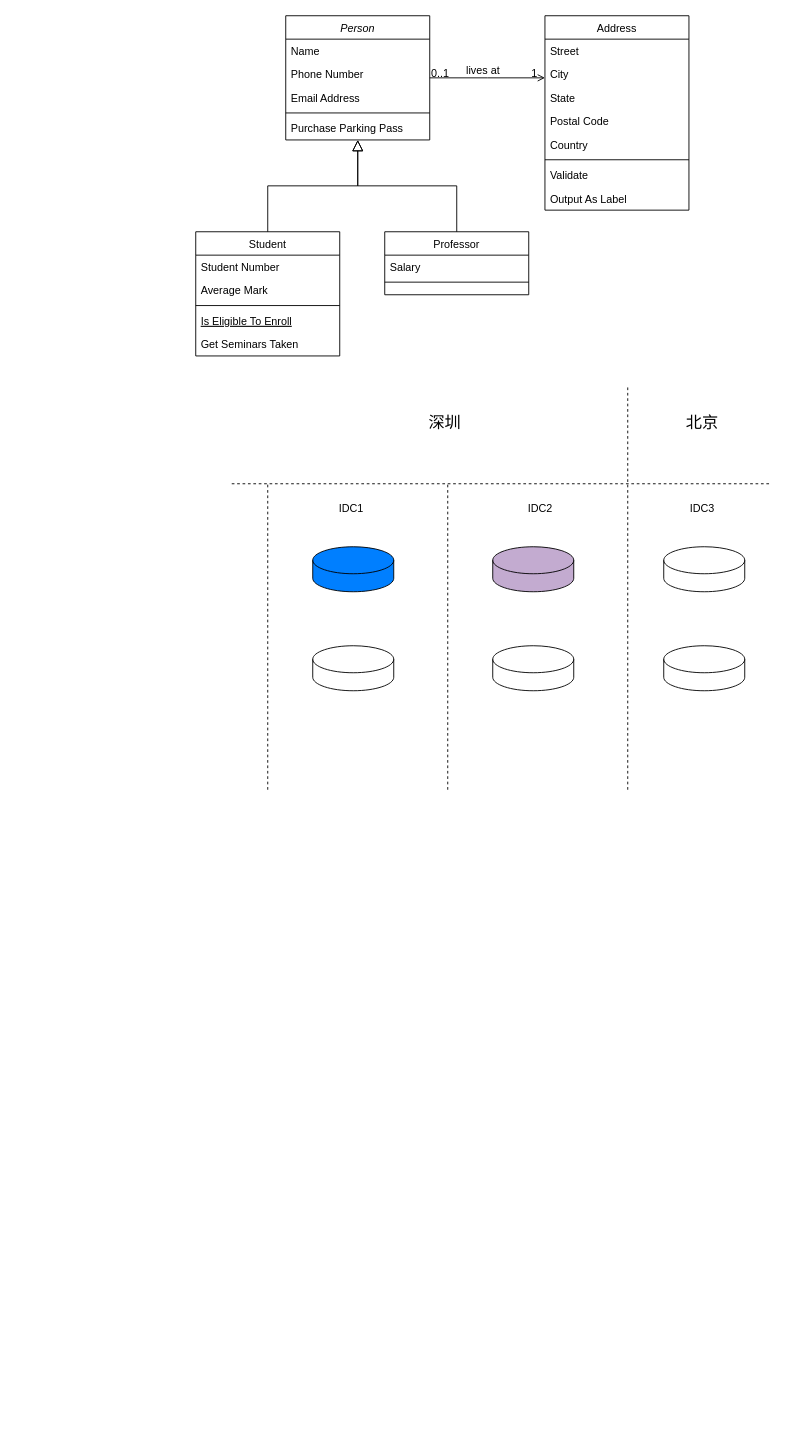
Earlier version of the draw.io diagram Untitled Diagram.drawio (summerxwu/draw.io). Source tidied: cells renumbered, new cells numbered last; positions are measured from the earlier drawing's top-left corner, leaving out a move shared by most shapes. Both pictures are drawn from the tidied source at 90%, with x=0, y=0 at pixel (195, 15).
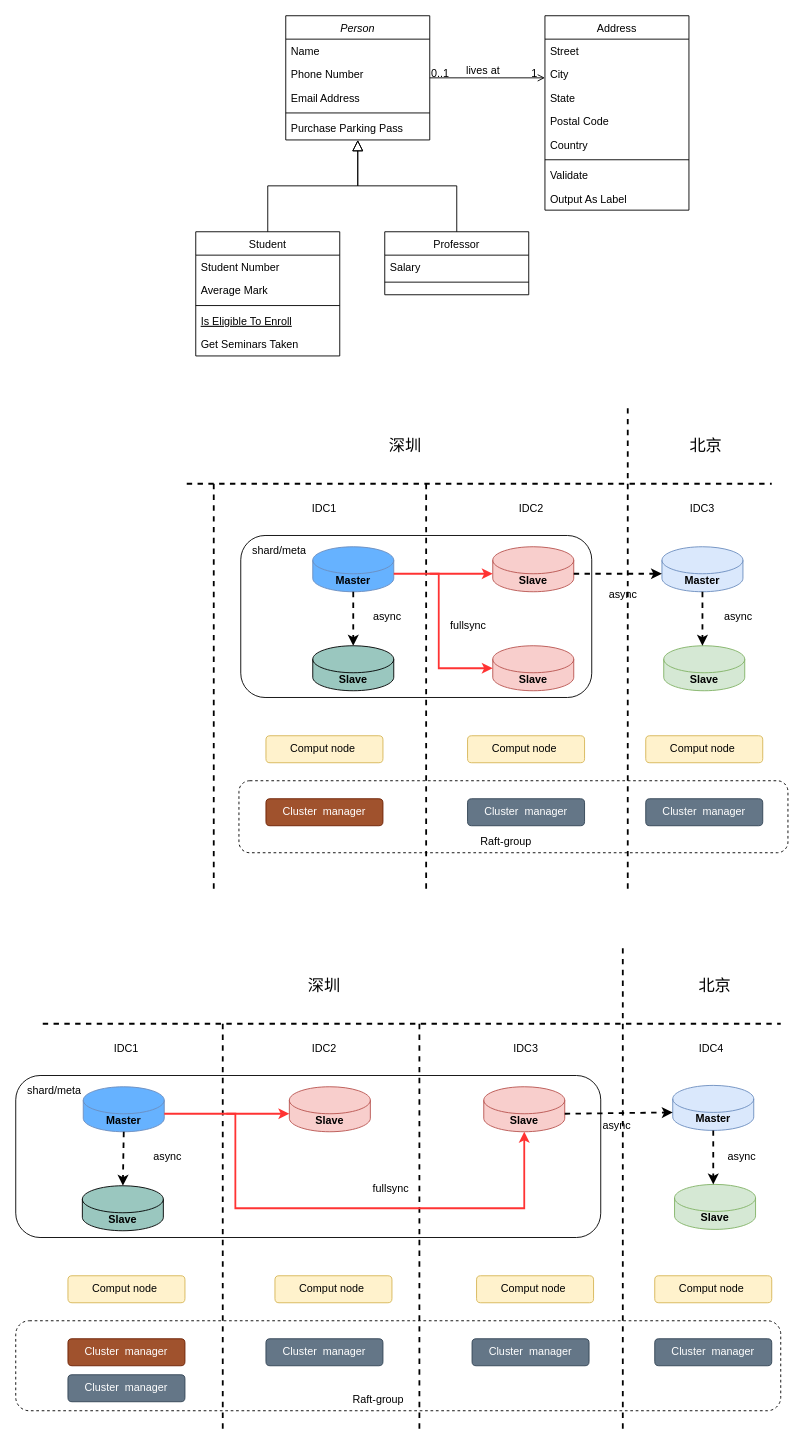
Above is the later version.

Change to the diagram source:
```diff
@@
+    <mxCell id="47" style="rounded=1;whiteSpace=wrap;html=1;fontSize=12;fillColor=none;dashed=1;" parent="1" vertex="1">
+      <mxGeometry x="-200" y="1450" width="850" height="100" as="geometry" />
+    </mxCell>
+    <mxCell id="48" style="rounded=1;whiteSpace=wrap;html=1;fontSize=12;fillColor=none;" parent="1" vertex="1">
+      <mxGeometry x="50" y="577.5" width="390" height="180" as="geometry" />
+    </mxCell>
@@
-    <mxCell id="32" style="endArrow=none;dashed=1;html=1;rounded=0;" parent="1" edge="1">
+    <mxCell id="32" style="endArrow=none;dashed=1;html=1;rounded=0;strokeWidth=2;" parent="1" edge="1">
       <mxGeometry relative="1" as="geometry">
-        <mxPoint x="40" y="520" as="sourcePoint" />
+        <mxPoint x="-10" y="520" as="sourcePoint" />
         <mxPoint x="640" y="520" as="targetPoint" />
       </mxGeometry>
     </mxCell>
-    <mxCell id="33" style="endArrow=none;dashed=1;html=1;rounded=0;" parent="1" edge="1">
+    <mxCell id="33" style="endArrow=none;dashed=1;html=1;rounded=0;strokeWidth=2;" parent="1" edge="1">
       <mxGeometry relative="1" as="geometry">
-        <mxPoint x="480" y="860" as="sourcePoint" />
-        <mxPoint x="480" y="410" as="targetPoint" />
+        <mxPoint x="480" y="970" as="sourcePoint" />
+        <mxPoint x="480" y="430" as="targetPoint" />
       </mxGeometry>
     </mxCell>
     <mxCell id="34" value="&lt;font style=&quot;font-size: 18px;&quot;&gt;深圳&lt;/font&gt;" style="text;strokeColor=none;align=center;fillColor=none;html=1;verticalAlign=middle;whiteSpace=wrap;rounded=0;" parent="1" vertex="1">
-      <mxGeometry x="234" y="435" width="86" height="35" as="geometry" />
+      <mxGeometry x="190" y="460" width="86" height="35" as="geometry" />
     </mxCell>
     <mxCell id="35" value="&lt;font size=&quot;4&quot;&gt;北京&lt;/font&gt;" style="text;strokeColor=none;align=center;fillColor=none;html=1;verticalAlign=middle;whiteSpace=wrap;rounded=0;" parent="1" vertex="1">
-      <mxGeometry x="520" y="435" width="86" height="35" as="geometry" />
+      <mxGeometry x="524" y="460" width="86" height="35" as="geometry" />
     </mxCell>
-    <mxCell id="36" style="endArrow=none;dashed=1;html=1;rounded=0;fontSize=18;" parent="1" edge="1">
+    <mxCell id="36" style="endArrow=none;dashed=1;html=1;rounded=0;fontSize=18;strokeWidth=2;" parent="1" edge="1">
       <mxGeometry relative="1" as="geometry">
-        <mxPoint x="280" y="860" as="sourcePoint" />
-        <mxPoint x="280" y="520" as="targetPoint" />
+        <mxPoint x="256" y="970" as="sourcePoint" />
+        <mxPoint x="256" y="520" as="targetPoint" />
       </mxGeometry>
     </mxCell>
-    <mxCell id="37" style="endArrow=none;dashed=1;html=1;rounded=0;fontSize=18;" parent="1" edge="1">
+    <mxCell id="37" style="endArrow=none;dashed=1;html=1;rounded=0;fontSize=18;strokeWidth=2;" parent="1" edge="1">
       <mxGeometry relative="1" as="geometry">
-        <mxPoint x="80" y="860" as="sourcePoint" />
-        <mxPoint x="80" y="520" as="targetPoint" />
+        <mxPoint x="20" y="970" as="sourcePoint" />
+        <mxPoint x="20" y="520" as="targetPoint" />
       </mxGeometry>
     </mxCell>
     <mxCell id="38" value="&lt;font style=&quot;font-size: 12px;&quot;&gt;IDC1&lt;/font&gt;" style="text;strokeColor=none;align=center;fillColor=none;html=1;verticalAlign=middle;whiteSpace=wrap;rounded=0;" parent="1" vertex="1">
-      <mxGeometry x="130" y="530" width="86" height="35" as="geometry" />
+      <mxGeometry x="100" y="530" width="86" height="35" as="geometry" />
     </mxCell>
     <mxCell id="39" value="&lt;font style=&quot;font-size: 12px;&quot;&gt;IDC2&lt;/font&gt;" style="text;strokeColor=none;align=center;fillColor=none;html=1;verticalAlign=middle;whiteSpace=wrap;rounded=0;" parent="1" vertex="1">
-      <mxGeometry x="340" y="530" width="86" height="35" as="geometry" />
+      <mxGeometry x="330" y="530" width="86" height="35" as="geometry" />
     </mxCell>
@@
-    <mxCell id="41" style="shape=cylinder3;whiteSpace=wrap;html=1;boundedLbl=1;backgroundOutline=1;size=15;fontSize=12;fillColor=#007FFF;" parent="1" vertex="1">
+    <mxCell id="41" value="&lt;b&gt;Master&lt;/b&gt;" style="shape=cylinder3;whiteSpace=wrap;html=1;boundedLbl=1;backgroundOutline=1;size=15;fontSize=12;fillColor=#66B2FF;strokeColor=#6c8ebf;" parent="1" vertex="1">
       <mxGeometry x="130" y="590" width="90" height="50" as="geometry" />
     </mxCell>
-    <mxCell id="42" style="shape=cylinder3;whiteSpace=wrap;html=1;boundedLbl=1;backgroundOutline=1;size=15;fontSize=12;fillColor=#C3ABD0;" parent="1" vertex="1">
+    <mxCell id="42" value="&lt;b&gt;Slave&lt;/b&gt;" style="shape=cylinder3;whiteSpace=wrap;html=1;boundedLbl=1;backgroundOutline=1;size=15;fontSize=12;fillColor=#f8cecc;strokeColor=#b85450;" parent="1" vertex="1">
       <mxGeometry x="330" y="590" width="90" height="50" as="geometry" />
     </mxCell>
-    <mxCell id="43" style="shape=cylinder3;whiteSpace=wrap;html=1;boundedLbl=1;backgroundOutline=1;size=15;fontSize=12;" parent="1" vertex="1">
-      <mxGeometry x="330" y="700" width="90" height="50" as="geometry" />
-    </mxCell>
-    <mxCell id="44" style="shape=cylinder3;whiteSpace=wrap;html=1;boundedLbl=1;backgroundOutline=1;size=15;fontSize=12;" parent="1" vertex="1">
+    <mxCell id="44" value="&lt;b style=&quot;border-color: var(--border-color);&quot;&gt;Slave&lt;/b&gt;" style="shape=cylinder3;whiteSpace=wrap;html=1;boundedLbl=1;backgroundOutline=1;size=15;fontSize=12;fillColor=#9AC7BF;" parent="1" vertex="1">
       <mxGeometry x="130" y="700" width="90" height="50" as="geometry" />
     </mxCell>
-    <mxCell id="45" style="shape=cylinder3;whiteSpace=wrap;html=1;boundedLbl=1;backgroundOutline=1;size=15;fontSize=12;" parent="1" vertex="1">
-      <mxGeometry x="520" y="590" width="90" height="50" as="geometry" />
-    </mxCell>
-    <mxCell id="46" style="shape=cylinder3;whiteSpace=wrap;html=1;boundedLbl=1;backgroundOutline=1;size=15;fontSize=12;" parent="1" vertex="1">
-      <mxGeometry x="520" y="700" width="90" height="50" as="geometry" />
-    </mxCell>
+    <mxCell id="49" value="&lt;b style=&quot;border-color: var(--border-color);&quot;&gt;Slave&lt;/b&gt;" style="shape=cylinder3;whiteSpace=wrap;html=1;boundedLbl=1;backgroundOutline=1;size=15;fontSize=12;fillColor=#f8cecc;strokeColor=#b85450;" parent="1" vertex="1">
+      <mxGeometry x="330" y="700" width="90" height="50" as="geometry" />
+    </mxCell>
+    <mxCell id="50" value="&lt;b&gt;Master&lt;/b&gt;" style="shape=cylinder3;whiteSpace=wrap;html=1;boundedLbl=1;backgroundOutline=1;size=15;fontSize=12;fillColor=#dae8fc;strokeColor=#6c8ebf;" parent="1" vertex="1">
+      <mxGeometry x="518" y="590" width="90" height="50" as="geometry" />
+    </mxCell>
+    <mxCell id="51" value="&lt;b style=&quot;border-color: var(--border-color);&quot;&gt;Slave&lt;/b&gt;" style="shape=cylinder3;whiteSpace=wrap;html=1;boundedLbl=1;backgroundOutline=1;size=15;fontSize=12;fillColor=#d5e8d4;strokeColor=#82b366;" parent="1" vertex="1">
+      <mxGeometry x="520" y="700" width="90" height="50" as="geometry" />
+    </mxCell>
+    <mxCell id="52" style="endArrow=classic;html=1;rounded=0;fontSize=12;exitX=1;exitY=0;exitDx=0;exitDy=30;exitPerimeter=0;entryX=0;entryY=0;entryDx=0;entryDy=30;entryPerimeter=0;strokeWidth=2;strokeColor=#FF3333;" parent="1" edge="1" source="41" target="42">
+      <mxGeometry relative="1" as="geometry" />
+    </mxCell>
+    <mxCell id="53" style="endArrow=classic;html=1;rounded=0;fontSize=12;edgeStyle=orthogonalEdgeStyle;entryX=0;entryY=0.5;entryDx=0;entryDy=0;entryPerimeter=0;strokeWidth=2;strokeColor=#FF3333;" parent="1" edge="1" target="49">
+      <mxGeometry relative="1" as="geometry">
+        <mxPoint x="260" y="620" as="sourcePoint" />
+        <Array as="points">
+          <mxPoint x="270" y="620" />
+          <mxPoint x="270" y="725" />
+        </Array>
+      </mxGeometry>
+    </mxCell>
+    <mxCell id="54" style="endArrow=classic;html=1;rounded=0;fontSize=12;exitX=0.5;exitY=1;exitDx=0;exitDy=0;exitPerimeter=0;entryX=0.5;entryY=0;entryDx=0;entryDy=0;entryPerimeter=0;dashed=1;strokeWidth=2;" parent="1" edge="1" source="41" target="44">
+      <mxGeometry relative="1" as="geometry" />
+    </mxCell>
+    <mxCell id="55" style="endArrow=classic;html=1;rounded=0;fontSize=12;exitX=1;exitY=0;exitDx=0;exitDy=30;exitPerimeter=0;entryX=0;entryY=0;entryDx=0;entryDy=30;entryPerimeter=0;dashed=1;strokeWidth=2;" parent="1" edge="1" source="42" target="50">
+      <mxGeometry relative="1" as="geometry" />
+    </mxCell>
+    <mxCell id="56" style="endArrow=classic;html=1;rounded=0;fontSize=12;exitX=0.5;exitY=1;exitDx=0;exitDy=0;exitPerimeter=0;dashed=1;strokeWidth=2;" parent="1" edge="1" source="50">
+      <mxGeometry relative="1" as="geometry">
+        <mxPoint x="563" y="700" as="targetPoint" />
+      </mxGeometry>
+    </mxCell>
+    <mxCell id="57" value="fullsync" style="text;strokeColor=none;align=center;fillColor=none;html=1;verticalAlign=middle;whiteSpace=wrap;rounded=0;" parent="1" vertex="1">
+      <mxGeometry x="260" y="660" width="86" height="35" as="geometry" />
+    </mxCell>
+    <mxCell id="58" value="async" style="text;strokeColor=none;align=center;fillColor=none;html=1;verticalAlign=middle;whiteSpace=wrap;rounded=0;" parent="1" vertex="1">
+      <mxGeometry x="170" y="650" width="86" height="35" as="geometry" />
+    </mxCell>
+    <mxCell id="59" value="async" style="text;strokeColor=none;align=center;fillColor=none;html=1;verticalAlign=middle;whiteSpace=wrap;rounded=0;" parent="1" vertex="1">
+      <mxGeometry x="560" y="650" width="86" height="35" as="geometry" />
+    </mxCell>
+    <mxCell id="60" value="async" style="text;strokeColor=none;align=center;fillColor=none;html=1;verticalAlign=middle;whiteSpace=wrap;rounded=0;" parent="1" vertex="1">
+      <mxGeometry x="432" y="625" width="86" height="35" as="geometry" />
+    </mxCell>
+    <mxCell id="61" value="shard/meta" style="text;strokeColor=none;align=center;fillColor=none;html=1;verticalAlign=middle;whiteSpace=wrap;rounded=0;" parent="1" vertex="1">
+      <mxGeometry x="50" y="577.5" width="86" height="35" as="geometry" />
+    </mxCell>
+    <mxCell id="62" value="Comput node&amp;nbsp;" style="rounded=1;whiteSpace=wrap;html=1;fontSize=12;fillColor=#fff2cc;strokeColor=#d6b656;" parent="1" vertex="1">
+      <mxGeometry x="78" y="800" width="130" height="30" as="geometry" />
+    </mxCell>
+    <mxCell id="63" value="Comput node&amp;nbsp;" style="rounded=1;whiteSpace=wrap;html=1;fontSize=12;fillColor=#fff2cc;strokeColor=#d6b656;" parent="1" vertex="1">
+      <mxGeometry x="302" y="800" width="130" height="30" as="geometry" />
+    </mxCell>
+    <mxCell id="64" value="Comput node&amp;nbsp;" style="rounded=1;whiteSpace=wrap;html=1;fontSize=12;fillColor=#fff2cc;strokeColor=#d6b656;" parent="1" vertex="1">
+      <mxGeometry x="500" y="800" width="130" height="30" as="geometry" />
+    </mxCell>
+    <mxCell id="65" value="Cluster &amp;nbsp;manager" style="rounded=1;whiteSpace=wrap;html=1;fontSize=12;fillColor=#a0522d;strokeColor=#6D1F00;fontColor=#ffffff;" parent="1" vertex="1">
+      <mxGeometry x="78" y="870" width="130" height="30" as="geometry" />
+    </mxCell>
+    <mxCell id="66" value="Cluster &amp;nbsp;manager" style="rounded=1;whiteSpace=wrap;html=1;fontSize=12;fillColor=#647687;strokeColor=#314354;fontColor=#ffffff;" parent="1" vertex="1">
+      <mxGeometry x="302" y="870" width="130" height="30" as="geometry" />
+    </mxCell>
+    <mxCell id="67" value="Cluster &amp;nbsp;manager" style="rounded=1;whiteSpace=wrap;html=1;fontSize=12;fillColor=#647687;strokeColor=#314354;fontColor=#ffffff;" parent="1" vertex="1">
+      <mxGeometry x="500" y="870" width="130" height="30" as="geometry" />
+    </mxCell>
+    <mxCell id="68" style="rounded=1;whiteSpace=wrap;html=1;fontSize=12;fillColor=none;dashed=1;" parent="1" vertex="1">
+      <mxGeometry x="48" y="850" width="610" height="80" as="geometry" />
+    </mxCell>
+    <mxCell id="69" value="Raft-group" style="text;strokeColor=none;align=center;fillColor=none;html=1;verticalAlign=middle;whiteSpace=wrap;rounded=0;" parent="1" vertex="1">
+      <mxGeometry x="302" y="900" width="86" height="35" as="geometry" />
+    </mxCell>
+    <mxCell id="70" style="rounded=1;whiteSpace=wrap;html=1;fontSize=12;fillColor=none;" parent="1" vertex="1">
+      <mxGeometry x="-200" y="1177.5" width="650" height="180" as="geometry" />
+    </mxCell>
+    <mxCell id="71" style="endArrow=none;dashed=1;html=1;rounded=0;strokeWidth=2;" parent="1" edge="1">
+      <mxGeometry relative="1" as="geometry">
+        <mxPoint x="-170" y="1120" as="sourcePoint" />
+        <mxPoint x="650" y="1120" as="targetPoint" />
+      </mxGeometry>
+    </mxCell>
+    <mxCell id="72" value="&lt;font style=&quot;font-size: 18px;&quot;&gt;深圳&lt;/font&gt;" style="text;strokeColor=none;align=center;fillColor=none;html=1;verticalAlign=middle;whiteSpace=wrap;rounded=0;" parent="1" vertex="1">
+      <mxGeometry x="100" y="1060" width="86" height="35" as="geometry" />
+    </mxCell>
+    <mxCell id="73" value="&lt;font size=&quot;4&quot;&gt;北京&lt;/font&gt;" style="text;strokeColor=none;align=center;fillColor=none;html=1;verticalAlign=middle;whiteSpace=wrap;rounded=0;" parent="1" vertex="1">
+      <mxGeometry x="534" y="1060" width="86" height="35" as="geometry" />
+    </mxCell>
+    <mxCell id="74" style="endArrow=none;dashed=1;html=1;rounded=0;fontSize=18;strokeWidth=2;" parent="1" edge="1">
+      <mxGeometry relative="1" as="geometry">
+        <mxPoint x="248.5" y="1570" as="sourcePoint" />
+        <mxPoint x="248.5" y="1120" as="targetPoint" />
+      </mxGeometry>
+    </mxCell>
+    <mxCell id="75" style="endArrow=none;dashed=1;html=1;rounded=0;fontSize=18;strokeWidth=2;" parent="1" edge="1">
+      <mxGeometry relative="1" as="geometry">
+        <mxPoint x="30" y="1570" as="sourcePoint" />
+        <mxPoint x="30" y="1120" as="targetPoint" />
+      </mxGeometry>
+    </mxCell>
+    <mxCell id="76" value="&lt;font style=&quot;font-size: 12px;&quot;&gt;IDC2&lt;/font&gt;" style="text;strokeColor=none;align=center;fillColor=none;html=1;verticalAlign=middle;whiteSpace=wrap;rounded=0;" parent="1" vertex="1">
+      <mxGeometry x="100" y="1130" width="86" height="35" as="geometry" />
+    </mxCell>
+    <mxCell id="77" value="&lt;font style=&quot;font-size: 12px;&quot;&gt;IDC3&lt;/font&gt;" style="text;strokeColor=none;align=center;fillColor=none;html=1;verticalAlign=middle;whiteSpace=wrap;rounded=0;" parent="1" vertex="1">
+      <mxGeometry x="324" y="1130" width="86" height="35" as="geometry" />
+    </mxCell>
+    <mxCell id="78" value="&lt;font style=&quot;font-size: 12px;&quot;&gt;IDC4&lt;/font&gt;" style="text;strokeColor=none;align=center;fillColor=none;html=1;verticalAlign=middle;whiteSpace=wrap;rounded=0;" parent="1" vertex="1">
+      <mxGeometry x="530" y="1130" width="86" height="35" as="geometry" />
+    </mxCell>
+    <mxCell id="79" value="&lt;b&gt;Master&lt;/b&gt;" style="shape=cylinder3;whiteSpace=wrap;html=1;boundedLbl=1;backgroundOutline=1;size=15;fontSize=12;fillColor=#66B2FF;strokeColor=#6c8ebf;" parent="1" vertex="1">
+      <mxGeometry x="-125" y="1190" width="90" height="50" as="geometry" />
+    </mxCell>
+    <mxCell id="80" value="&lt;b&gt;Slave&lt;/b&gt;" style="shape=cylinder3;whiteSpace=wrap;html=1;boundedLbl=1;backgroundOutline=1;size=15;fontSize=12;fillColor=#f8cecc;strokeColor=#b85450;" parent="1" vertex="1">
+      <mxGeometry x="104" y="1190" width="90" height="50" as="geometry" />
+    </mxCell>
+    <mxCell id="81" value="&lt;b style=&quot;border-color: var(--border-color);&quot;&gt;Slave&lt;/b&gt;" style="shape=cylinder3;whiteSpace=wrap;html=1;boundedLbl=1;backgroundOutline=1;size=15;fontSize=12;fillColor=#9AC7BF;" parent="1" vertex="1">
+      <mxGeometry x="-126" y="1300" width="90" height="50" as="geometry" />
+    </mxCell>
+    <mxCell id="82" value="&lt;b style=&quot;border-color: var(--border-color);&quot;&gt;Slave&lt;/b&gt;" style="shape=cylinder3;whiteSpace=wrap;html=1;boundedLbl=1;backgroundOutline=1;size=15;fontSize=12;fillColor=#f8cecc;strokeColor=#b85450;" parent="1" vertex="1">
+      <mxGeometry x="320" y="1190" width="90" height="50" as="geometry" />
+    </mxCell>
+    <mxCell id="83" style="endArrow=classic;html=1;rounded=0;fontSize=12;exitX=1;exitY=0;exitDx=0;exitDy=30;exitPerimeter=0;entryX=0;entryY=0;entryDx=0;entryDy=30;entryPerimeter=0;strokeWidth=2;strokeColor=#FF3333;" parent="1" edge="1" source="79" target="80">
+      <mxGeometry relative="1" as="geometry" />
+    </mxCell>
+    <mxCell id="84" style="endArrow=classic;html=1;rounded=0;fontSize=12;edgeStyle=orthogonalEdgeStyle;entryX=0.5;entryY=1;entryDx=0;entryDy=0;entryPerimeter=0;strokeWidth=2;strokeColor=#FF3333;" parent="1" edge="1" target="82">
+      <mxGeometry relative="1" as="geometry">
+        <mxPoint x="34" y="1220" as="sourcePoint" />
+        <Array as="points">
+          <mxPoint x="44" y="1220" />
+          <mxPoint x="44" y="1325" />
+          <mxPoint x="365" y="1325" />
+        </Array>
+      </mxGeometry>
+    </mxCell>
+    <mxCell id="85" style="endArrow=classic;html=1;rounded=0;fontSize=12;entryX=0.5;entryY=0;entryDx=0;entryDy=0;entryPerimeter=0;dashed=1;strokeWidth=2;exitX=0.5;exitY=1;exitDx=0;exitDy=0;exitPerimeter=0;" parent="1" edge="1" source="79" target="81">
+      <mxGeometry relative="1" as="geometry" />
+    </mxCell>
+    <mxCell id="86" value="fullsync" style="text;strokeColor=none;align=center;fillColor=none;html=1;verticalAlign=middle;whiteSpace=wrap;rounded=0;" parent="1" vertex="1">
+      <mxGeometry x="174" y="1285" width="86" height="35" as="geometry" />
+    </mxCell>
+    <mxCell id="87" value="async" style="text;strokeColor=none;align=center;fillColor=none;html=1;verticalAlign=middle;whiteSpace=wrap;rounded=0;" parent="1" vertex="1">
+      <mxGeometry x="-74" y="1250" width="86" height="35" as="geometry" />
+    </mxCell>
+    <mxCell id="88" value="shard/meta" style="text;strokeColor=none;align=center;fillColor=none;html=1;verticalAlign=middle;whiteSpace=wrap;rounded=0;" parent="1" vertex="1">
+      <mxGeometry x="-200" y="1177.5" width="86" height="35" as="geometry" />
+    </mxCell>
+    <mxCell id="89" value="Comput node&amp;nbsp;" style="rounded=1;whiteSpace=wrap;html=1;fontSize=12;fillColor=#fff2cc;strokeColor=#d6b656;" parent="1" vertex="1">
+      <mxGeometry x="88" y="1400" width="130" height="30" as="geometry" />
+    </mxCell>
+    <mxCell id="90" value="Comput node&amp;nbsp;" style="rounded=1;whiteSpace=wrap;html=1;fontSize=12;fillColor=#fff2cc;strokeColor=#d6b656;" parent="1" vertex="1">
+      <mxGeometry x="312" y="1400" width="130" height="30" as="geometry" />
+    </mxCell>
+    <mxCell id="91" value="Comput node&amp;nbsp;" style="rounded=1;whiteSpace=wrap;html=1;fontSize=12;fillColor=#fff2cc;strokeColor=#d6b656;" parent="1" vertex="1">
+      <mxGeometry x="510" y="1400" width="130" height="30" as="geometry" />
+    </mxCell>
+    <mxCell id="92" value="Cluster &amp;nbsp;manager" style="rounded=1;whiteSpace=wrap;html=1;fontSize=12;fillColor=#647687;strokeColor=#314354;fontColor=#ffffff;" parent="1" vertex="1">
+      <mxGeometry x="307" y="1470" width="130" height="30" as="geometry" />
+    </mxCell>
+    <mxCell id="93" value="Cluster &amp;nbsp;manager" style="rounded=1;whiteSpace=wrap;html=1;fontSize=12;fillColor=#647687;strokeColor=#314354;fontColor=#ffffff;" parent="1" vertex="1">
+      <mxGeometry x="510" y="1470" width="130" height="30" as="geometry" />
+    </mxCell>
+    <mxCell id="94" value="Raft-group" style="text;strokeColor=none;align=center;fillColor=none;html=1;verticalAlign=middle;whiteSpace=wrap;rounded=0;" parent="1" vertex="1">
+      <mxGeometry x="160" y="1520" width="86" height="35" as="geometry" />
+    </mxCell>
+    <mxCell id="95" style="endArrow=none;dashed=1;html=1;rounded=0;strokeWidth=2;" parent="1" edge="1">
+      <mxGeometry relative="1" as="geometry">
+        <mxPoint x="474.5" y="1570" as="sourcePoint" />
+        <mxPoint x="474.5" y="1030" as="targetPoint" />
+      </mxGeometry>
+    </mxCell>
+    <mxCell id="96" value="&lt;b&gt;Master&lt;/b&gt;" style="shape=cylinder3;whiteSpace=wrap;html=1;boundedLbl=1;backgroundOutline=1;size=15;fontSize=12;fillColor=#dae8fc;strokeColor=#6c8ebf;" parent="1" vertex="1">
+      <mxGeometry x="530" y="1188.5" width="90" height="50" as="geometry" />
+    </mxCell>
+    <mxCell id="97" value="&lt;b style=&quot;border-color: var(--border-color);&quot;&gt;Slave&lt;/b&gt;" style="shape=cylinder3;whiteSpace=wrap;html=1;boundedLbl=1;backgroundOutline=1;size=15;fontSize=12;fillColor=#d5e8d4;strokeColor=#82b366;" parent="1" vertex="1">
+      <mxGeometry x="532" y="1298.5" width="90" height="50" as="geometry" />
+    </mxCell>
+    <mxCell id="98" style="endArrow=classic;html=1;rounded=0;fontSize=12;exitX=0.5;exitY=1;exitDx=0;exitDy=0;exitPerimeter=0;dashed=1;strokeWidth=2;" parent="1" edge="1" source="96">
+      <mxGeometry relative="1" as="geometry">
+        <mxPoint x="575" y="1298.5" as="targetPoint" />
+      </mxGeometry>
+    </mxCell>
+    <mxCell id="99" value="async" style="text;strokeColor=none;align=center;fillColor=none;html=1;verticalAlign=middle;whiteSpace=wrap;rounded=0;" parent="1" vertex="1">
+      <mxGeometry x="564" y="1250" width="86" height="35" as="geometry" />
+    </mxCell>
+    <mxCell id="100" value="&lt;font style=&quot;font-size: 12px;&quot;&gt;IDC1&lt;/font&gt;" style="text;strokeColor=none;align=center;fillColor=none;html=1;verticalAlign=middle;whiteSpace=wrap;rounded=0;" parent="1" vertex="1">
+      <mxGeometry x="-120" y="1130" width="86" height="35" as="geometry" />
+    </mxCell>
+    <mxCell id="101" style="endArrow=classic;html=1;rounded=0;fontSize=12;entryX=0;entryY=0;entryDx=0;entryDy=30;entryPerimeter=0;dashed=1;strokeWidth=2;exitX=1;exitY=0;exitDx=0;exitDy=30;exitPerimeter=0;" parent="1" edge="1" source="82" target="96">
+      <mxGeometry relative="1" as="geometry" />
+    </mxCell>
+    <mxCell id="102" value="async" style="text;strokeColor=none;align=center;fillColor=none;html=1;verticalAlign=middle;whiteSpace=wrap;rounded=0;" parent="1" vertex="1">
+      <mxGeometry x="425" y="1215" width="86" height="35" as="geometry" />
+    </mxCell>
+    <mxCell id="103" value="Comput node&amp;nbsp;" style="rounded=1;whiteSpace=wrap;html=1;fontSize=12;fillColor=#fff2cc;strokeColor=#d6b656;" parent="1" vertex="1">
+      <mxGeometry x="-142" y="1400" width="130" height="30" as="geometry" />
+    </mxCell>
+    <mxCell id="104" value="Cluster &amp;nbsp;manager" style="rounded=1;whiteSpace=wrap;html=1;fontSize=12;fillColor=#a0522d;strokeColor=#6D1F00;fontColor=#ffffff;" parent="1" vertex="1">
+      <mxGeometry x="-142" y="1470" width="130" height="30" as="geometry" />
+    </mxCell>
+    <mxCell id="105" value="Cluster &amp;nbsp;manager" style="rounded=1;whiteSpace=wrap;html=1;fontSize=12;fillColor=#647687;strokeColor=#314354;fontColor=#ffffff;" parent="1" vertex="1">
+      <mxGeometry x="78" y="1470" width="130" height="30" as="geometry" />
+    </mxCell>
+    <mxCell id="106" value="Cluster &amp;nbsp;manager" style="rounded=1;whiteSpace=wrap;html=1;fontSize=12;fillColor=#647687;strokeColor=#314354;fontColor=#ffffff;" parent="1" vertex="1">
+      <mxGeometry x="-142" y="1510" width="130" height="30" as="geometry" />
+    </mxCell>
```
